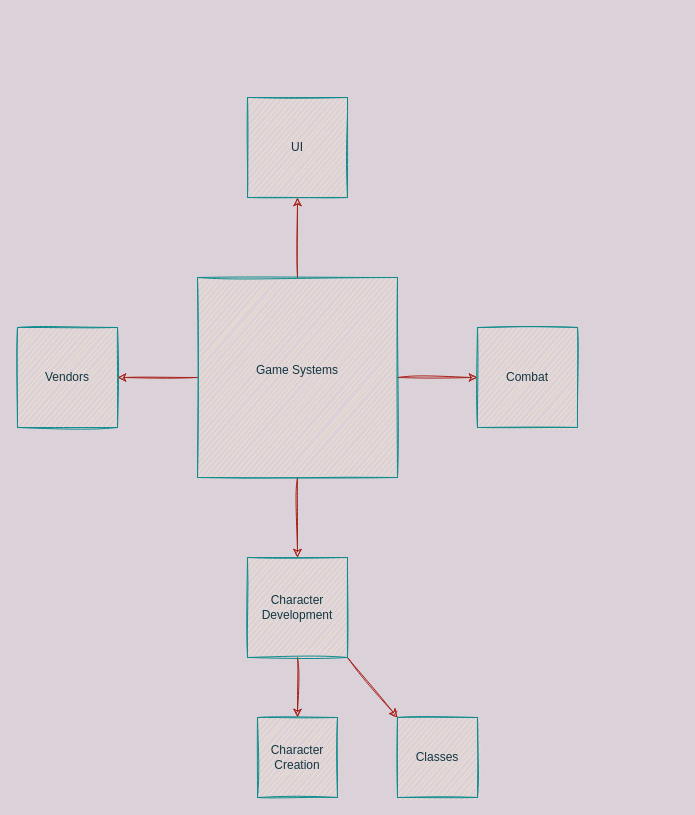
Earlier version of the draw.io diagram page "Game Mechanics" (2 of 2) of Game Design Base.drawio (Saincrad95/RPG_Game_Idea). Source tidied: cells renumbered, new cells numbered last; positions are measured from the earlier drawing's top-left corner, leaving out a move shared by most shapes. Both pictures are drawn from the tidied source at 100%, with x=0, y=0 at pixel (17, 97).
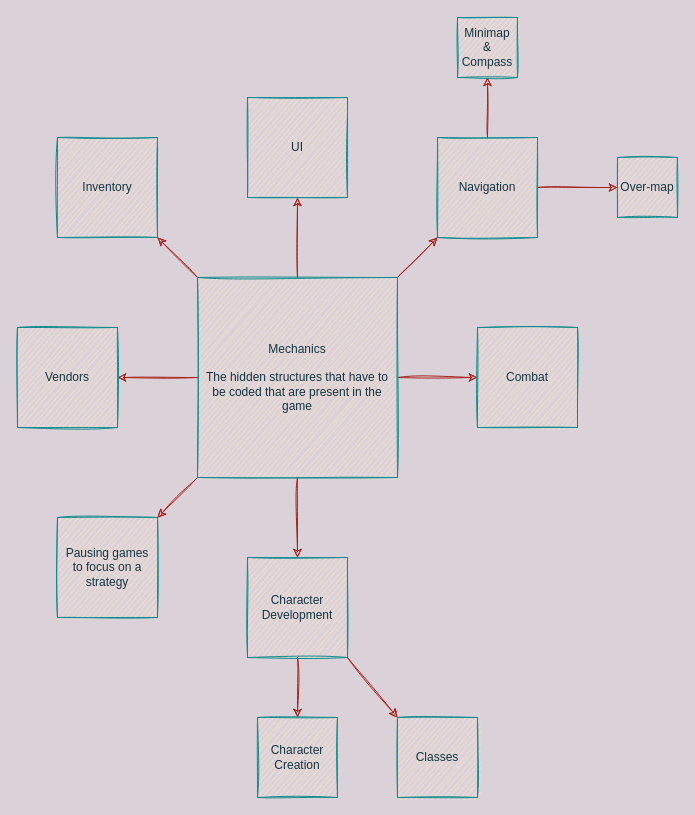
The same diagram, later.

Commit message (it also covers changes not shown here):
Updated Game Mechanics Flow

Change to the diagram source:
```diff
@@
+    <mxCell id="15" style="edgeStyle=none;rounded=1;sketch=1;jettySize=auto;html=1;exitX=0;exitY=1;exitDx=0;exitDy=0;fontColor=#143642;strokeColor=#A8201A;fillColor=#FAE5C7;" parent="1" edge="1" source="6" target="18">
+      <mxGeometry relative="1" as="geometry" />
+    </mxCell>
+    <mxCell id="16" style="edgeStyle=none;rounded=1;sketch=1;jettySize=auto;html=1;exitX=1;exitY=0;exitDx=0;exitDy=0;entryX=0;entryY=1;entryDx=0;entryDy=0;fontColor=#143642;strokeColor=#A8201A;fillColor=#FAE5C7;" parent="1" edge="1" source="6" target="21">
+      <mxGeometry relative="1" as="geometry" />
+    </mxCell>
+    <mxCell id="17" style="edgeStyle=none;rounded=1;sketch=1;jettySize=auto;html=1;exitX=0;exitY=0;exitDx=0;exitDy=0;entryX=1;entryY=1;entryDx=0;entryDy=0;fontColor=#143642;strokeColor=#A8201A;fillColor=#FAE5C7;" parent="1" edge="1" source="6" target="24">
+      <mxGeometry relative="1" as="geometry" />
+    </mxCell>
-    <mxCell id="6" value="Game Systems&lt;br&gt;&lt;br&gt;" style="rounded=0;whiteSpace=wrap;html=1;fillColor=#FAE5C7;strokeColor=#0F8B8D;fontColor=#143642;sketch=1;" parent="1" vertex="1">
+    <mxCell id="6" value="Mechanics&lt;br&gt;&lt;br&gt;The hidden structures that have to be coded that are present in the game" style="rounded=0;whiteSpace=wrap;html=1;fillColor=#FAE5C7;strokeColor=#0F8B8D;fontColor=#143642;sketch=1;" parent="1" vertex="1">
       <mxGeometry x="180" y="180" width="200" height="200" as="geometry" />
     </mxCell>
@@
+    <mxCell id="18" value="Pausing games&lt;br&gt;to focus on a strategy" style="whiteSpace=wrap;html=1;rounded=0;sketch=1;fontColor=#143642;strokeColor=#0F8B8D;fillColor=#FAE5C7;" parent="1" vertex="1">
+      <mxGeometry x="40" y="420" width="100" height="100" as="geometry" />
+    </mxCell>
+    <mxCell id="19" style="edgeStyle=none;rounded=1;sketch=1;jettySize=auto;html=1;exitX=0.5;exitY=0;exitDx=0;exitDy=0;entryX=0.5;entryY=1;entryDx=0;entryDy=0;fontColor=#143642;strokeColor=#A8201A;fillColor=#FAE5C7;" parent="1" edge="1" source="21" target="22">
+      <mxGeometry relative="1" as="geometry" />
+    </mxCell>
+    <mxCell id="20" style="edgeStyle=none;rounded=1;sketch=1;jettySize=auto;html=1;exitX=1;exitY=0.5;exitDx=0;exitDy=0;entryX=0;entryY=0.5;entryDx=0;entryDy=0;fontColor=#143642;strokeColor=#A8201A;fillColor=#FAE5C7;" parent="1" edge="1" source="21" target="23">
+      <mxGeometry relative="1" as="geometry" />
+    </mxCell>
+    <mxCell id="21" value="Navigation" style="whiteSpace=wrap;html=1;rounded=0;sketch=1;fontColor=#143642;strokeColor=#0F8B8D;fillColor=#FAE5C7;" parent="1" vertex="1">
+      <mxGeometry x="420" y="40" width="100" height="100" as="geometry" />
+    </mxCell>
+    <mxCell id="22" value="Minimap&lt;br&gt;&amp;amp;&lt;br&gt;Compass" style="whiteSpace=wrap;html=1;rounded=0;sketch=1;fontColor=#143642;strokeColor=#0F8B8D;fillColor=#FAE5C7;" parent="1" vertex="1">
+      <mxGeometry x="440" y="-80" width="60" height="60" as="geometry" />
+    </mxCell>
+    <mxCell id="23" value="Over-map" style="whiteSpace=wrap;html=1;rounded=0;sketch=1;fontColor=#143642;strokeColor=#0F8B8D;fillColor=#FAE5C7;" parent="1" vertex="1">
+      <mxGeometry x="600" y="60" width="60" height="60" as="geometry" />
+    </mxCell>
+    <mxCell id="24" value="Inventory" style="whiteSpace=wrap;html=1;rounded=0;sketch=1;fontColor=#143642;strokeColor=#0F8B8D;fillColor=#FAE5C7;" parent="1" vertex="1">
+      <mxGeometry x="40" y="40" width="100" height="100" as="geometry" />
+    </mxCell>
```
